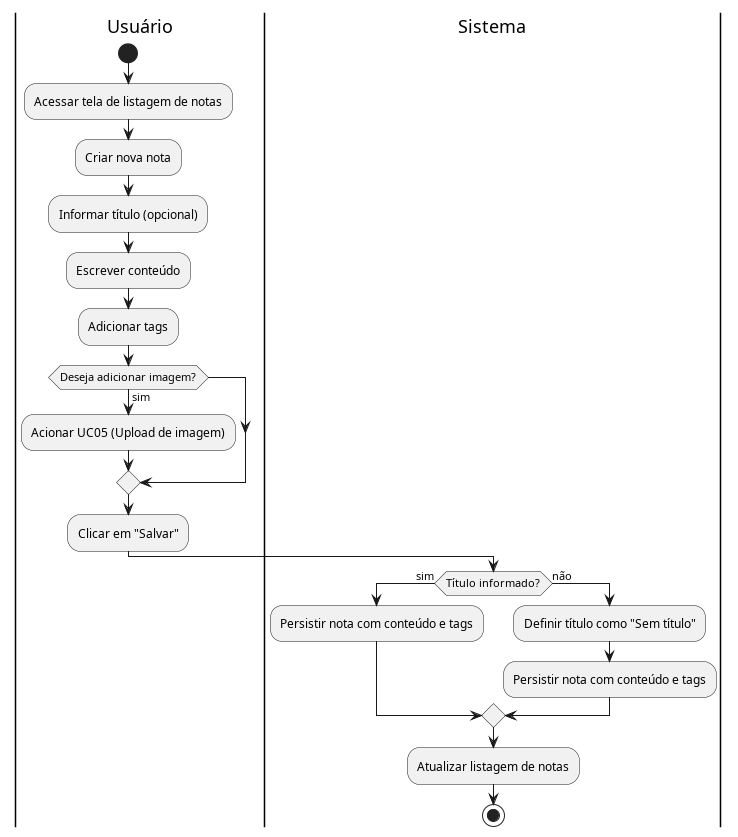
Before: docs/casosUso/imagens/diagramas_atividade/diagrama_UC06.png, a diagram exported from PlantUML (aspiringluke/Projeto-Integrado-Mobile).
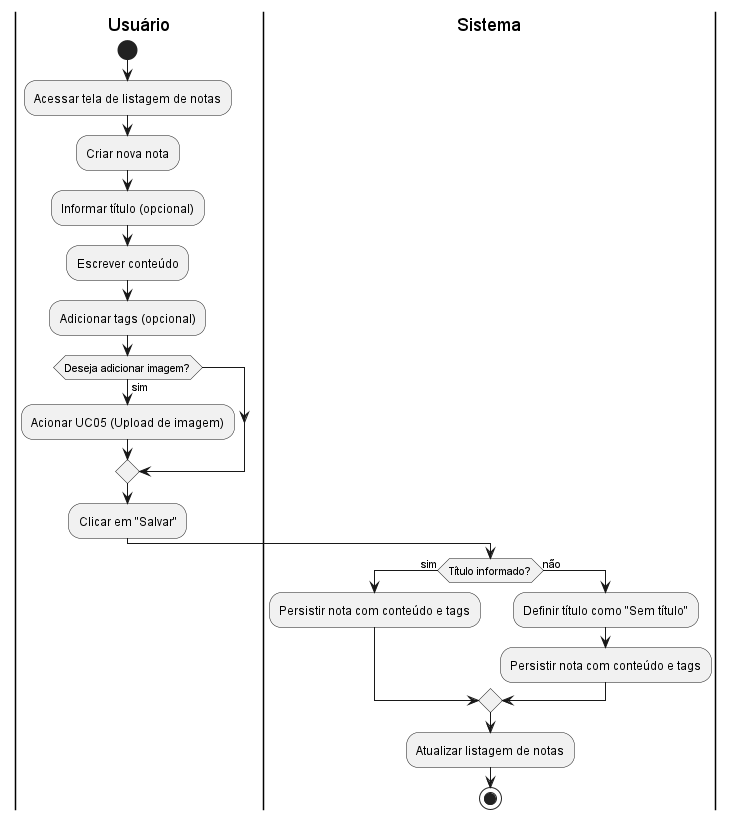
Later version of the same file.

Commit message:
docs: Atualizada a descrição da adição de tags no diagrama de atividade UC06

What changed in the source:
```diff
@@ -6,7 +6,7 @@
 :Criar nova nota;
 :Informar título (opcional);
 :Escrever conteúdo;
-:Adicionar tags;
+:Adicionar tags (opcional);
 if (Deseja adicionar imagem?) then (sim)
   :Acionar UC05 (Upload de imagem);
 endif
```
